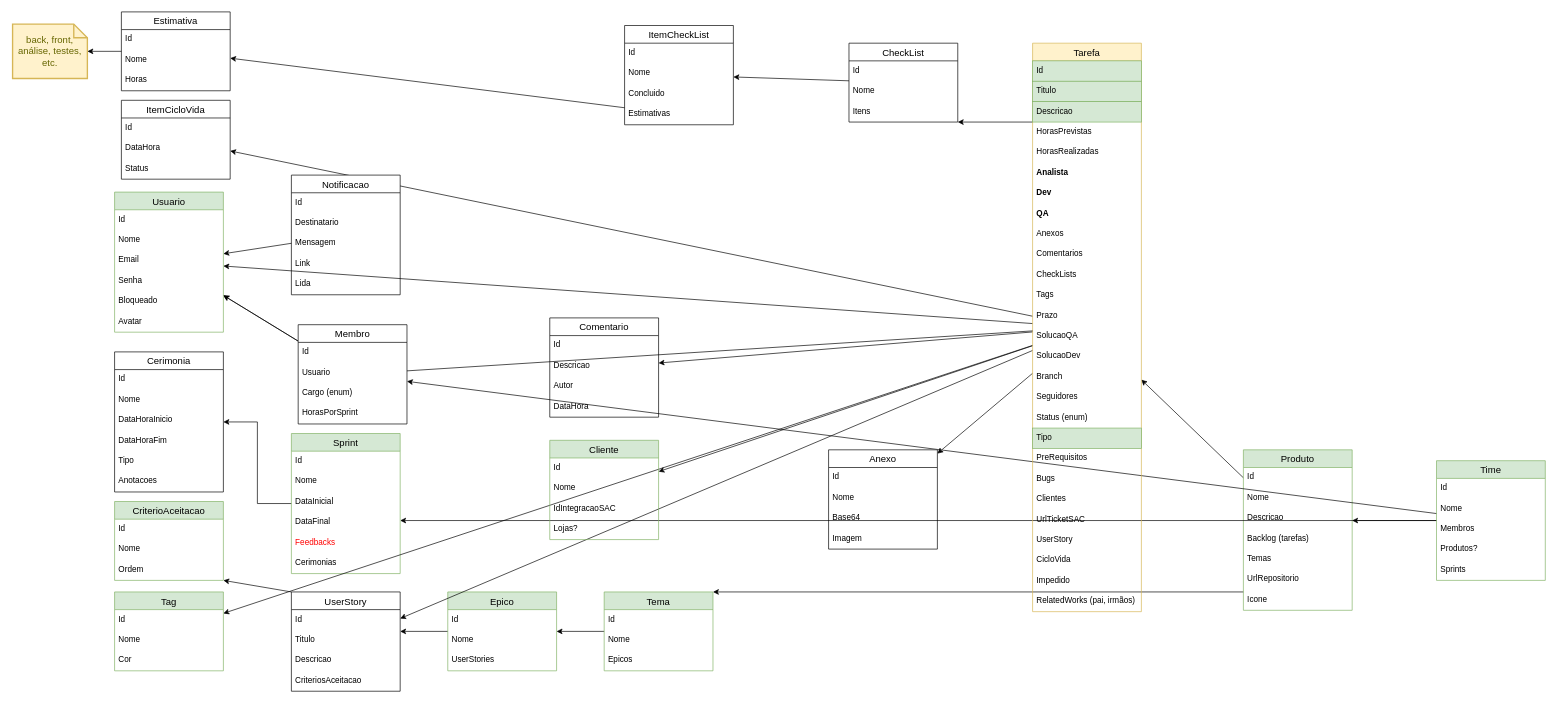
Earlier version of the draw.io diagram page "ordem" (2 of 2) of Agilis-Back/docs/Untitled Diagram.drawio (ddsdaniel/Agilis). Source tidied: cells renumbered, new cells numbered last; positions are measured from the earlier drawing's top-left corner, leaving out a move shared by most shapes. Both pictures are drawn from the tidied source at 68%, with x=0, y=0 at pixel (12, 12).
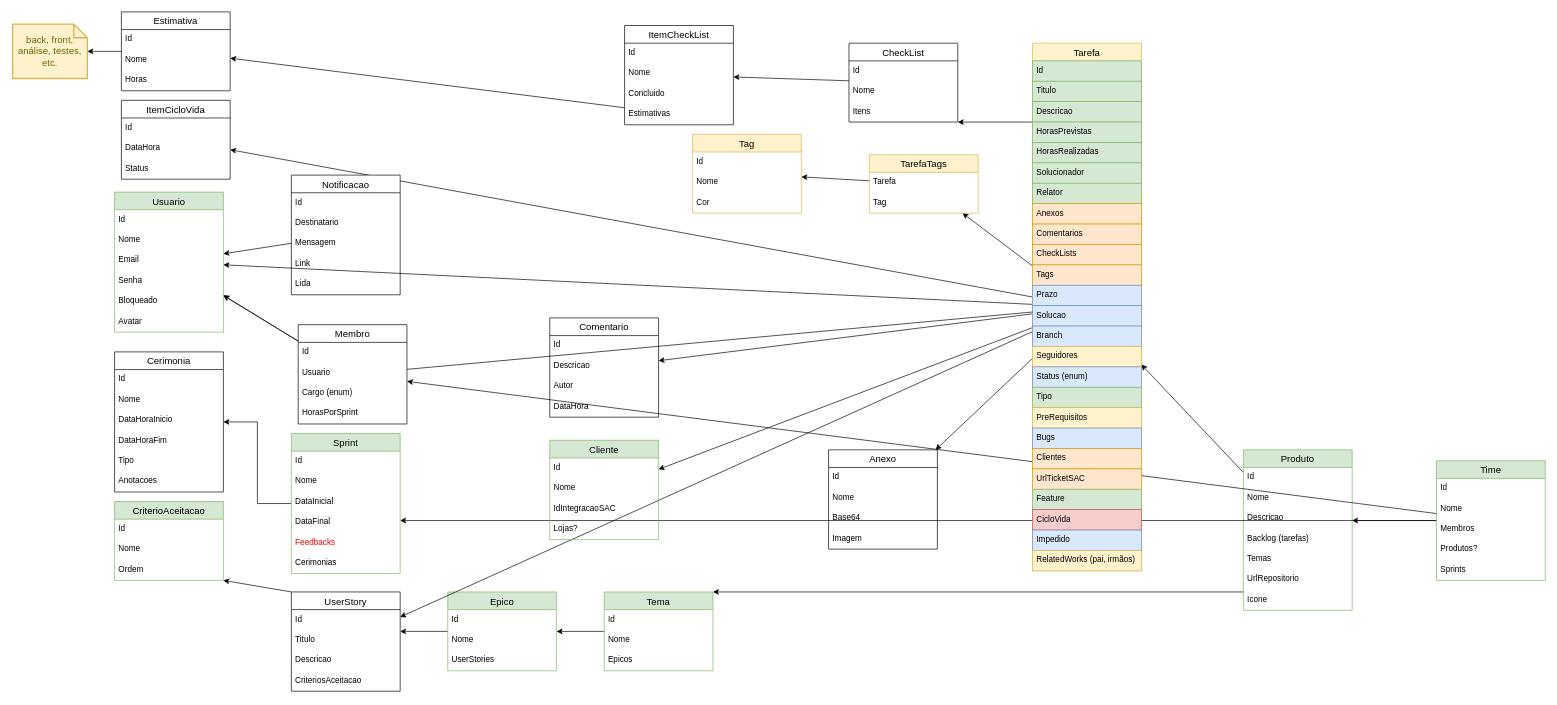
The same page after the edit.

Diff of the diagram source:
```diff
@@
-    <mxCell id="78" value="Tag" style="swimlane;fontStyle=0;horizontal=1;startSize=26;align=center;fontSize=14;fillColor=#d5e8d4;strokeColor=#82b366;" parent="1" vertex="1">
-      <mxGeometry x="150" y="853" width="160" height="116" as="geometry" />
+    <mxCell id="78" value="Tag" style="swimlane;fontStyle=0;horizontal=1;startSize=26;align=center;fontSize=14;fillColor=#fff2cc;strokeColor=#d6b656;" parent="1" vertex="1">
+      <mxGeometry x="1000" y="180" width="160" height="116" as="geometry" />
     </mxCell>
@@
-    <mxCell id="88" style="edgeStyle=none;rounded=0;jettySize=auto;html=1;" parent="1" edge="1" source="89" target="78">
-      <mxGeometry relative="1" as="geometry" />
-    </mxCell>
+    <mxCell id="154" style="rounded=0;jettySize=auto;html=1;" parent="1" edge="1" source="89" target="156">
+      <mxGeometry relative="1" as="geometry" />
+    </mxCell>
     <mxCell id="89" value="Tarefa" style="swimlane;fontStyle=0;horizontal=1;startSize=26;align=center;fontSize=14;fillColor=#fff2cc;strokeColor=#d6b656;" parent="1" vertex="1">
-      <mxGeometry x="1500" y="46" width="160" height="836" as="geometry" />
+      <mxGeometry x="1500" y="46" width="160" height="776" as="geometry" />
     </mxCell>
@@
-    <mxCell id="93" value="HorasPrevistas" style="text;strokeColor=none;fillColor=none;spacingLeft=4;spacingRight=4;overflow=hidden;fontSize=12;" parent="89" vertex="1">
+    <mxCell id="93" value="HorasPrevistas" style="text;strokeColor=#82b366;fillColor=#d5e8d4;spacingLeft=4;spacingRight=4;overflow=hidden;fontSize=12;fontStyle=0;" parent="89" vertex="1">
       <mxGeometry y="116" width="160" height="30" as="geometry" />
     </mxCell>
-    <mxCell id="94" value="HorasRealizadas" style="text;strokeColor=none;fillColor=none;spacingLeft=4;spacingRight=4;overflow=hidden;fontSize=12;" parent="89" vertex="1">
+    <mxCell id="94" value="HorasRealizadas" style="text;strokeColor=#82b366;fillColor=#d5e8d4;spacingLeft=4;spacingRight=4;overflow=hidden;fontSize=12;fontStyle=0;" parent="89" vertex="1">
       <mxGeometry y="146" width="160" height="30" as="geometry" />
     </mxCell>
-    <mxCell id="95" value="Analista" style="text;strokeColor=none;fillColor=none;spacingLeft=4;spacingRight=4;overflow=hidden;fontSize=12;fontStyle=1;" parent="89" vertex="1">
-      <mxGeometry y="176" width="160" height="30" as="geometry" />
-    </mxCell>
-    <mxCell id="96" value="Dev" style="text;strokeColor=none;fillColor=none;spacingLeft=4;spacingRight=4;overflow=hidden;fontSize=12;fontStyle=1;" parent="89" vertex="1">
-      <mxGeometry y="206" width="160" height="30" as="geometry" />
+    <mxCell id="96" value="Solucionador" style="text;strokeColor=#82b366;fillColor=#d5e8d4;spacingLeft=4;spacingRight=4;overflow=hidden;fontSize=12;fontStyle=0;" parent="89" vertex="1">
+      <mxGeometry y="176" width="160" height="30" as="geometry" />
     </mxCell>
-    <mxCell id="97" value="QA" style="text;strokeColor=none;fillColor=none;spacingLeft=4;spacingRight=4;overflow=hidden;fontSize=12;fontStyle=1;" parent="89" vertex="1">
-      <mxGeometry y="236" width="160" height="30" as="geometry" />
+    <mxCell id="97" value="Relator" style="text;strokeColor=#82b366;fillColor=#d5e8d4;spacingLeft=4;spacingRight=4;overflow=hidden;fontSize=12;fontStyle=0;" parent="89" vertex="1">
+      <mxGeometry y="206" width="160" height="30" as="geometry" />
     </mxCell>
-    <mxCell id="98" value="Anexos" style="text;strokeColor=none;fillColor=none;spacingLeft=4;spacingRight=4;overflow=hidden;fontSize=12;" parent="89" vertex="1">
-      <mxGeometry y="266" width="160" height="30" as="geometry" />
+    <mxCell id="98" value="Anexos" style="text;strokeColor=#d79b00;fillColor=#ffe6cc;spacingLeft=4;spacingRight=4;overflow=hidden;fontSize=12;" parent="89" vertex="1">
+      <mxGeometry y="236" width="160" height="30" as="geometry" />
     </mxCell>
-    <mxCell id="99" value="Comentarios" style="text;strokeColor=none;fillColor=none;spacingLeft=4;spacingRight=4;overflow=hidden;fontSize=12;" parent="89" vertex="1">
-      <mxGeometry y="296" width="160" height="30" as="geometry" />
+    <mxCell id="99" value="Comentarios" style="text;strokeColor=#d79b00;fillColor=#ffe6cc;spacingLeft=4;spacingRight=4;overflow=hidden;fontSize=12;" parent="89" vertex="1">
+      <mxGeometry y="266" width="160" height="30" as="geometry" />
     </mxCell>
-    <mxCell id="100" value="CheckLists" style="text;strokeColor=none;fillColor=none;spacingLeft=4;spacingRight=4;overflow=hidden;fontSize=12;" parent="89" vertex="1">
-      <mxGeometry y="326" width="160" height="30" as="geometry" />
+    <mxCell id="100" value="CheckLists" style="text;strokeColor=#d79b00;fillColor=#ffe6cc;spacingLeft=4;spacingRight=4;overflow=hidden;fontSize=12;" parent="89" vertex="1">
+      <mxGeometry y="296" width="160" height="30" as="geometry" />
     </mxCell>
-    <mxCell id="101" value="Tags" style="text;strokeColor=none;fillColor=none;spacingLeft=4;spacingRight=4;overflow=hidden;fontSize=12;" parent="89" vertex="1">
-      <mxGeometry y="356" width="160" height="30" as="geometry" />
+    <mxCell id="101" value="Tags" style="text;strokeColor=#d79b00;fillColor=#ffe6cc;spacingLeft=4;spacingRight=4;overflow=hidden;fontSize=12;" parent="89" vertex="1">
+      <mxGeometry y="326" width="160" height="30" as="geometry" />
     </mxCell>
-    <mxCell id="102" value="Prazo" style="text;strokeColor=none;fillColor=none;spacingLeft=4;spacingRight=4;overflow=hidden;fontSize=12;" parent="89" vertex="1">
-      <mxGeometry y="386" width="160" height="30" as="geometry" />
+    <mxCell id="102" value="Prazo" style="text;strokeColor=#6c8ebf;fillColor=#dae8fc;spacingLeft=4;spacingRight=4;overflow=hidden;fontSize=12;" parent="89" vertex="1">
+      <mxGeometry y="356" width="160" height="30" as="geometry" />
     </mxCell>
-    <mxCell id="103" value="SolucaoQA" style="text;strokeColor=none;fillColor=none;spacingLeft=4;spacingRight=4;overflow=hidden;fontSize=12;" parent="89" vertex="1">
-      <mxGeometry y="416" width="160" height="30" as="geometry" />
-    </mxCell>
-    <mxCell id="104" value="SolucaoDev" style="text;strokeColor=none;fillColor=none;spacingLeft=4;spacingRight=4;overflow=hidden;fontSize=12;" parent="89" vertex="1">
-      <mxGeometry y="446" width="160" height="30" as="geometry" />
+    <mxCell id="104" value="Solucao" style="text;strokeColor=#6c8ebf;fillColor=#dae8fc;spacingLeft=4;spacingRight=4;overflow=hidden;fontSize=12;" parent="89" vertex="1">
+      <mxGeometry y="386" width="160" height="30" as="geometry" />
     </mxCell>
-    <mxCell id="105" value="Branch" style="text;strokeColor=none;fillColor=none;spacingLeft=4;spacingRight=4;overflow=hidden;fontSize=12;" parent="89" vertex="1">
-      <mxGeometry y="476" width="160" height="30" as="geometry" />
+    <mxCell id="105" value="Branch" style="text;strokeColor=#6c8ebf;fillColor=#dae8fc;spacingLeft=4;spacingRight=4;overflow=hidden;fontSize=12;" parent="89" vertex="1">
+      <mxGeometry y="416" width="160" height="30" as="geometry" />
     </mxCell>
-    <mxCell id="106" value="Seguidores" style="text;strokeColor=none;fillColor=none;spacingLeft=4;spacingRight=4;overflow=hidden;fontSize=12;" parent="89" vertex="1">
-      <mxGeometry y="506" width="160" height="30" as="geometry" />
+    <mxCell id="106" value="Seguidores" style="text;strokeColor=#d6b656;fillColor=#fff2cc;spacingLeft=4;spacingRight=4;overflow=hidden;fontSize=12;" parent="89" vertex="1">
+      <mxGeometry y="446" width="160" height="30" as="geometry" />
     </mxCell>
-    <mxCell id="107" value="Status (enum)" style="text;strokeColor=none;fillColor=none;spacingLeft=4;spacingRight=4;overflow=hidden;fontSize=12;" parent="89" vertex="1">
-      <mxGeometry y="536" width="160" height="30" as="geometry" />
+    <mxCell id="107" value="Status (enum)" style="text;strokeColor=#6c8ebf;fillColor=#dae8fc;spacingLeft=4;spacingRight=4;overflow=hidden;fontSize=12;" parent="89" vertex="1">
+      <mxGeometry y="476" width="160" height="30" as="geometry" />
     </mxCell>
     <mxCell id="108" value="Tipo" style="text;strokeColor=#82b366;fillColor=#d5e8d4;spacingLeft=4;spacingRight=4;overflow=hidden;fontSize=12;" parent="89" vertex="1">
-      <mxGeometry y="566" width="160" height="30" as="geometry" />
+      <mxGeometry y="506" width="160" height="30" as="geometry" />
     </mxCell>
-    <mxCell id="109" value="PreRequisitos" style="text;strokeColor=none;fillColor=none;spacingLeft=4;spacingRight=4;overflow=hidden;fontSize=12;" parent="89" vertex="1">
-      <mxGeometry y="596" width="160" height="30" as="geometry" />
+    <mxCell id="109" value="PreRequisitos" style="text;strokeColor=#d6b656;fillColor=#fff2cc;spacingLeft=4;spacingRight=4;overflow=hidden;fontSize=12;" parent="89" vertex="1">
+      <mxGeometry y="536" width="160" height="30" as="geometry" />
     </mxCell>
-    <mxCell id="110" value="Bugs" style="text;strokeColor=none;fillColor=none;spacingLeft=4;spacingRight=4;overflow=hidden;fontSize=12;" parent="89" vertex="1">
-      <mxGeometry y="626" width="160" height="30" as="geometry" />
+    <mxCell id="110" value="Bugs" style="text;strokeColor=#6c8ebf;fillColor=#dae8fc;spacingLeft=4;spacingRight=4;overflow=hidden;fontSize=12;" parent="89" vertex="1">
+      <mxGeometry y="566" width="160" height="30" as="geometry" />
     </mxCell>
-    <mxCell id="111" value="Clientes" style="text;strokeColor=none;fillColor=none;spacingLeft=4;spacingRight=4;overflow=hidden;fontSize=12;" parent="89" vertex="1">
-      <mxGeometry y="656" width="160" height="30" as="geometry" />
+    <mxCell id="111" value="Clientes" style="text;strokeColor=#d79b00;fillColor=#ffe6cc;spacingLeft=4;spacingRight=4;overflow=hidden;fontSize=12;" parent="89" vertex="1">
+      <mxGeometry y="596" width="160" height="30" as="geometry" />
     </mxCell>
-    <mxCell id="112" value="UrlTicketSAC" style="text;strokeColor=none;fillColor=none;spacingLeft=4;spacingRight=4;overflow=hidden;fontSize=12;" parent="89" vertex="1">
-      <mxGeometry y="686" width="160" height="30" as="geometry" />
+    <mxCell id="112" value="UrlTicketSAC" style="text;strokeColor=#d79b00;fillColor=#ffe6cc;spacingLeft=4;spacingRight=4;overflow=hidden;fontSize=12;" parent="89" vertex="1">
+      <mxGeometry y="626" width="160" height="30" as="geometry" />
     </mxCell>
-    <mxCell id="113" value="UserStory" style="text;strokeColor=none;fillColor=none;spacingLeft=4;spacingRight=4;overflow=hidden;fontSize=12;" parent="89" vertex="1">
-      <mxGeometry y="716" width="160" height="30" as="geometry" />
+    <mxCell id="113" value="Feature" style="text;strokeColor=#82b366;fillColor=#d5e8d4;spacingLeft=4;spacingRight=4;overflow=hidden;fontSize=12;" parent="89" vertex="1">
+      <mxGeometry y="656" width="160" height="30" as="geometry" />
     </mxCell>
-    <mxCell id="114" value="CicloVida" style="text;strokeColor=none;fillColor=none;spacingLeft=4;spacingRight=4;overflow=hidden;fontSize=12;" parent="89" vertex="1">
-      <mxGeometry y="746" width="160" height="30" as="geometry" />
+    <mxCell id="114" value="CicloVida" style="text;strokeColor=#b85450;fillColor=#f8cecc;spacingLeft=4;spacingRight=4;overflow=hidden;fontSize=12;" parent="89" vertex="1">
+      <mxGeometry y="686" width="160" height="30" as="geometry" />
     </mxCell>
-    <mxCell id="115" value="Impedido" style="text;strokeColor=none;fillColor=none;spacingLeft=4;spacingRight=4;overflow=hidden;fontSize=12;" parent="89" vertex="1">
-      <mxGeometry y="776" width="160" height="30" as="geometry" />
+    <mxCell id="115" value="Impedido" style="text;strokeColor=#6c8ebf;fillColor=#dae8fc;spacingLeft=4;spacingRight=4;overflow=hidden;fontSize=12;" parent="89" vertex="1">
+      <mxGeometry y="716" width="160" height="30" as="geometry" />
     </mxCell>
-    <mxCell id="116" value="RelatedWorks (pai, irmãos)" style="text;strokeColor=none;fillColor=none;spacingLeft=4;spacingRight=4;overflow=hidden;fontSize=12;" parent="89" vertex="1">
-      <mxGeometry y="806" width="160" height="30" as="geometry" />
+    <mxCell id="116" value="RelatedWorks (pai, irmãos)" style="text;strokeColor=#d6b656;fillColor=#fff2cc;spacingLeft=4;spacingRight=4;overflow=hidden;fontSize=12;" parent="89" vertex="1">
+      <mxGeometry y="746" width="160" height="30" as="geometry" />
     </mxCell>
@@
+    <mxCell id="155" style="edgeStyle=none;rounded=0;jettySize=auto;html=1;" parent="1" edge="1" source="156" target="78">
+      <mxGeometry relative="1" as="geometry" />
+    </mxCell>
+    <mxCell id="156" value="TarefaTags" style="swimlane;fontStyle=0;horizontal=1;startSize=26;align=center;fontSize=14;fillColor=#fff2cc;strokeColor=#d6b656;" parent="1" vertex="1">
+      <mxGeometry x="1260" y="210" width="160" height="86" as="geometry" />
+    </mxCell>
+    <mxCell id="157" value="Tarefa" style="text;strokeColor=none;fillColor=none;spacingLeft=4;spacingRight=4;overflow=hidden;fontSize=12;" parent="156" vertex="1">
+      <mxGeometry y="26" width="160" height="30" as="geometry" />
+    </mxCell>
+    <mxCell id="158" value="Tag" style="text;strokeColor=none;fillColor=none;spacingLeft=4;spacingRight=4;overflow=hidden;fontSize=12;" parent="156" vertex="1">
+      <mxGeometry y="56" width="160" height="30" as="geometry" />
+    </mxCell>
```
